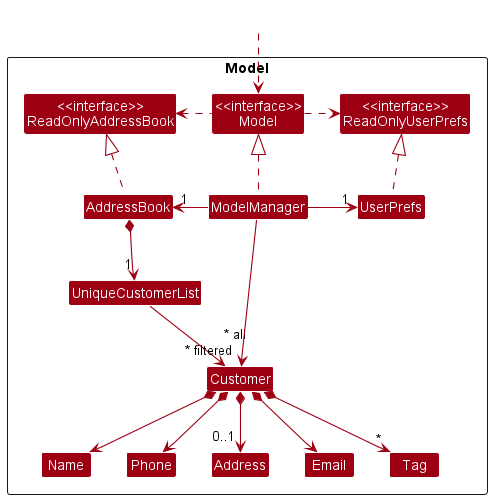
The PlantUML diagram docs/images/ModelClassDiagram.png in nus-cs2103-AY2223S1/tp, before a commit.
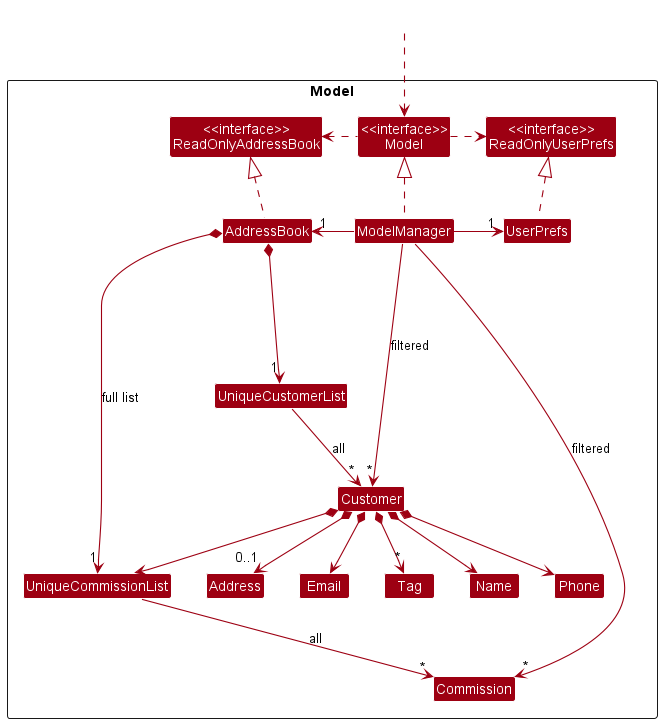
The same diagram one commit later.

What changed in the source:
```diff
@@ -13,13 +13,14 @@
 Class UserPrefs
 
 Class UniqueCustomerList
+Class UniqueCommissionList
 Class Customer
 Class Address
 Class Email
 Class Name
 Class Phone
 Class Tag
-
+Class Commission
 }
 
 Class HiddenOutside #FFFFFF
@@ -34,17 +35,22 @@
 ModelManager -right-> "1" UserPrefs
 UserPrefs .up.|> ReadOnlyUserPrefs
 
-AddressBook *--> "1" UniqueCustomerList
-UniqueCustomerList --> "~* all\n" Customer
+AddressBook *---> "1" UniqueCustomerList
+UniqueCustomerList --> "~*" Customer: all
 Customer *--> Name
 Customer *--> Phone
 Customer *--> Email
 Customer *--> "0..1" Address
 Customer *--> "*" Tag
+Customer *--> UniqueCommissionList
+
+UniqueCommissionList --> "~*" Commission : all
+ModelManager --> "~*" Commission : filtered
+AddressBook *--> "1" UniqueCommissionList: full list
 
 Name -[hidden]right-> Phone
 Phone -[hidden]right-> Address
 Address -[hidden]right-> Email
 
-ModelManager -->"~* filtered" Customer
+ModelManager -> "~*" Customer: filtered
 @enduml
```
